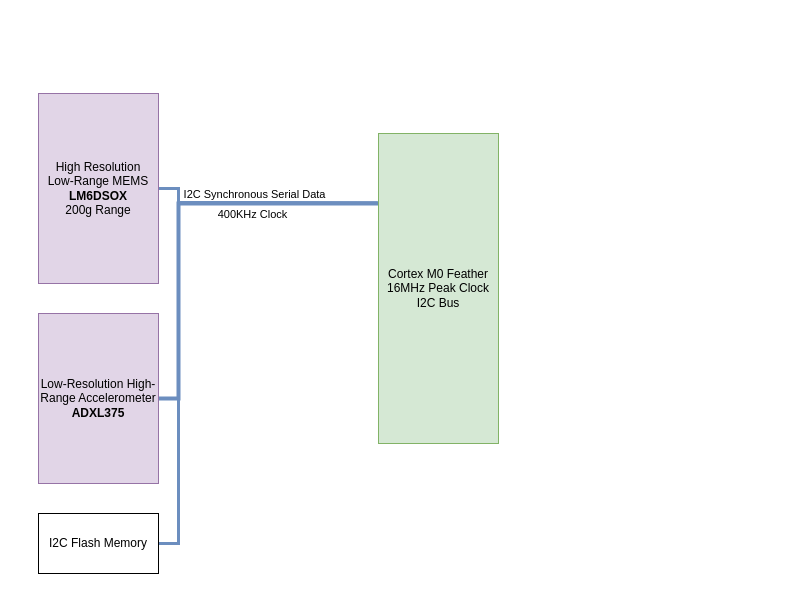
Above: functionalblockdiagram-102722.drawio in ceugomez/wiigls (draw.io), before the change. Source tidied: cells renumbered, new cells numbered last; positions are measured from the earlier drawing's top-left corner, leaving out a move shared by most shapes. Both pictures are drawn from the tidied source at 100%, with x=0, y=0 at pixel (38, 93).
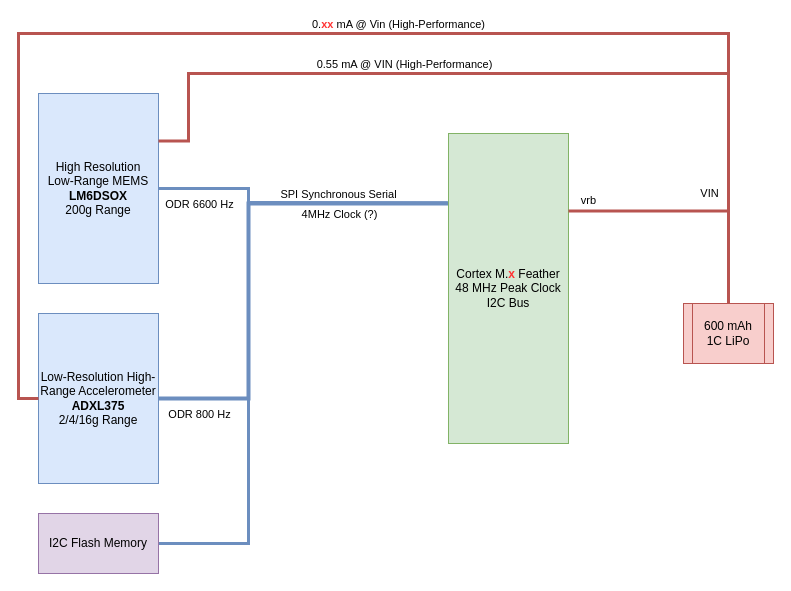
After the change.

The edit, as a diff of the source:
```diff
@@
     <mxCell id="2" style="edgeStyle=orthogonalEdgeStyle;rounded=0;jettySize=auto;html=1;exitX=1;exitY=0.5;exitDx=0;exitDy=0;entryX=0.083;entryY=0.226;entryDx=0;entryDy=0;entryPerimeter=0;fillColor=#dae8fc;strokeColor=#6c8ebf;strokeWidth=3;endArrow=none;endFill=0;" parent="1" edge="1" source="3" target="8">
       <mxGeometry relative="1" as="geometry">
         <Array as="points">
-          <mxPoint x="140" y="95" />
-          <mxPoint x="140" y="110" />
+          <mxPoint x="210" y="95" />
+          <mxPoint x="210" y="110" />
         </Array>
       </mxGeometry>
     </mxCell>
+    <mxCell id="11" value="ODR 6600 Hz" style="edgeLabel;html=1;align=center;verticalAlign=middle;" parent="2" vertex="1">
+      <mxGeometry x="-0.78" y="2" relative="1" as="geometry">
+        <mxPoint x="5" y="17" as="offset" />
+      </mxGeometry>
+    </mxCell>
-    <mxCell id="3" value="High Resolution&lt;br&gt;Low-Range MEMS&lt;br&gt;&lt;b&gt;LM6DSOX&lt;/b&gt;&lt;br&gt;200g Range&lt;br&gt;" style="rounded=0;whiteSpace=wrap;html=1;fillColor=#e1d5e7;strokeColor=#9673a6;" parent="1" vertex="1">
+    <mxCell id="3" value="High Resolution&lt;br&gt;Low-Range MEMS&lt;br&gt;&lt;b&gt;LM6DSOX&lt;/b&gt;&lt;br&gt;200g Range&lt;br&gt;" style="rounded=0;whiteSpace=wrap;html=1;fillColor=#dae8fc;strokeColor=#6c8ebf;" parent="1" vertex="1">
       <mxGeometry width="120" height="190" as="geometry" />
     </mxCell>
     <mxCell id="4" style="edgeStyle=orthogonalEdgeStyle;rounded=0;jettySize=auto;html=1;exitX=1;exitY=0.5;exitDx=0;exitDy=0;fillColor=#dae8fc;strokeColor=#6c8ebf;strokeWidth=4;endArrow=none;endFill=0;" parent="1" edge="1" source="7">
       <mxGeometry relative="1" as="geometry">
-        <mxPoint x="340" y="110" as="targetPoint" />
+        <mxPoint x="410" y="110" as="targetPoint" />
         <Array as="points">
-          <mxPoint x="140" y="305" />
-          <mxPoint x="140" y="110" />
+          <mxPoint x="210" y="305" />
+          <mxPoint x="210" y="110" />
         </Array>
       </mxGeometry>
     </mxCell>
-    <mxCell id="5" value="I2C Synchronous Serial Data" style="edgeLabel;html=1;align=center;verticalAlign=middle;" parent="4" vertex="1">
+    <mxCell id="5" value="SPI Synchronous Serial" style="edgeLabel;html=1;align=center;verticalAlign=middle;" parent="4" vertex="1">
       <mxGeometry x="0.32" y="3" relative="1" as="geometry">
-        <mxPoint x="16" y="-7" as="offset" />
+        <mxPoint x="54" y="-7" as="offset" />
       </mxGeometry>
     </mxCell>
-    <mxCell id="6" value="400KHz Clock" style="edgeLabel;html=1;align=center;verticalAlign=middle;" parent="4" vertex="1">
+    <mxCell id="6" value="4MHz Clock (?)" style="edgeLabel;html=1;align=center;verticalAlign=middle;" parent="4" vertex="1">
       <mxGeometry x="0.39" y="1" relative="1" as="geometry">
-        <mxPoint y="11" as="offset" />
+        <mxPoint x="38" y="11" as="offset" />
       </mxGeometry>
     </mxCell>
-    <mxCell id="7" value="Low-Resolution High-Range Accelerometer&lt;br&gt;&lt;b&gt;ADXL375&lt;/b&gt;" style="rounded=0;whiteSpace=wrap;html=1;fillColor=#e1d5e7;strokeColor=#9673a6;" parent="1" vertex="1">
+    <mxCell id="7" value="Low-Resolution High-Range Accelerometer&lt;br&gt;&lt;b&gt;ADXL375&lt;/b&gt;&lt;br&gt;2/4/16g Range" style="rounded=0;whiteSpace=wrap;html=1;fillColor=#dae8fc;strokeColor=#6c8ebf;" parent="1" vertex="1">
       <mxGeometry y="220" width="120" height="170" as="geometry" />
     </mxCell>
-    <mxCell id="8" value="Cortex M0 Feather&lt;br&gt;16MHz Peak Clock&lt;br&gt;I2C Bus&lt;br&gt;" style="rounded=0;whiteSpace=wrap;html=1;fillColor=#d5e8d4;strokeColor=#82b366;" parent="1" vertex="1">
-      <mxGeometry x="340" y="40" width="120" height="310" as="geometry" />
+    <mxCell id="8" value="Cortex M.&lt;font color=&quot;#ff3333&quot;&gt;&lt;b&gt;x&lt;/b&gt;&lt;/font&gt; Feather&lt;br&gt;48 MHz Peak Clock&lt;br&gt;I2C Bus" style="rounded=0;whiteSpace=wrap;html=1;fillColor=#d5e8d4;strokeColor=#82b366;" parent="1" vertex="1">
+      <mxGeometry x="410" y="40" width="120" height="310" as="geometry" />
     </mxCell>
     <mxCell id="9" style="edgeStyle=orthogonalEdgeStyle;rounded=0;jettySize=auto;html=1;entryX=-0.006;entryY=0.223;entryDx=0;entryDy=0;entryPerimeter=0;fillColor=#dae8fc;strokeColor=#6c8ebf;strokeWidth=3;endArrow=none;endFill=0;" parent="1" edge="1" source="10" target="8">
       <mxGeometry relative="1" as="geometry">
         <Array as="points">
-          <mxPoint x="140" y="450" />
-          <mxPoint x="140" y="109" />
+          <mxPoint x="210" y="450" />
+          <mxPoint x="210" y="109" />
         </Array>
       </mxGeometry>
     </mxCell>
-    <mxCell id="10" value="I2C Flash Memory" style="rounded=0;whiteSpace=wrap;html=1;" parent="1" vertex="1">
+    <mxCell id="10" value="I2C Flash Memory" style="rounded=0;whiteSpace=wrap;html=1;fillColor=#e1d5e7;strokeColor=#9673a6;" parent="1" vertex="1">
       <mxGeometry y="420" width="120" height="60" as="geometry" />
     </mxCell>
+    <mxCell id="12" value="ODR 800 Hz" style="edgeLabel;html=1;align=center;verticalAlign=middle;" parent="1" vertex="1">
+      <mxGeometry x="160" y="320" as="geometry" />
+    </mxCell>
+    <mxCell id="13" value="VIN" style="edgeStyle=orthogonalEdgeStyle;rounded=0;jettySize=auto;html=1;exitX=0.5;exitY=0;exitDx=0;exitDy=0;entryX=1;entryY=0.25;entryDx=0;entryDy=0;strokeWidth=3;endArrow=none;endFill=0;fillColor=#f8cecc;strokeColor=#b85450;" parent="1" edge="1" source="17" target="8">
+      <mxGeometry x="-0.11" y="-18" relative="1" as="geometry" />
+    </mxCell>
+    <mxCell id="14" value="vrb" style="edgeLabel;html=1;align=center;verticalAlign=middle;" parent="13" vertex="1">
+      <mxGeometry x="0.59" y="-3" relative="1" as="geometry">
+        <mxPoint x="-32" y="-8" as="offset" />
+      </mxGeometry>
+    </mxCell>
+    <mxCell id="15" style="edgeStyle=orthogonalEdgeStyle;rounded=0;jettySize=auto;html=1;entryX=0;entryY=0.5;entryDx=0;entryDy=0;strokeWidth=3;endArrow=none;endFill=0;fillColor=#f8cecc;strokeColor=#b85450;" parent="1" edge="1" source="17" target="7">
+      <mxGeometry relative="1" as="geometry">
+        <Array as="points">
+          <mxPoint x="690" y="-60" />
+          <mxPoint x="-20" y="-60" />
+          <mxPoint x="-20" y="305" />
+        </Array>
+      </mxGeometry>
+    </mxCell>
+    <mxCell id="16" value="0.&lt;font color=&quot;#ff3333&quot;&gt;&lt;b&gt;xx &lt;/b&gt;&lt;/font&gt;mA @ Vin (High-Performance)" style="edgeLabel;html=1;align=center;verticalAlign=middle;" parent="15" vertex="1">
+      <mxGeometry x="0.01" relative="1" as="geometry">
+        <mxPoint x="88" y="-10" as="offset" />
+      </mxGeometry>
+    </mxCell>
+    <mxCell id="17" value="600 mAh&lt;br&gt;1C LiPo" style="shape=process;whiteSpace=wrap;html=1;backgroundOutline=1;fillColor=#f8cecc;strokeColor=#b85450;" parent="1" vertex="1">
+      <mxGeometry x="645" y="210" width="90" height="60" as="geometry" />
+    </mxCell>
+    <mxCell id="18" style="edgeStyle=orthogonalEdgeStyle;rounded=0;jettySize=auto;html=1;entryX=1;entryY=0.25;entryDx=0;entryDy=0;strokeWidth=3;endArrow=none;endFill=0;fillColor=#f8cecc;strokeColor=#b85450;" parent="1" edge="1" target="3">
+      <mxGeometry relative="1" as="geometry">
+        <mxPoint x="690" y="200" as="sourcePoint" />
+        <Array as="points">
+          <mxPoint x="690" y="-20" />
+          <mxPoint x="150" y="-20" />
+          <mxPoint x="150" y="48" />
+          <mxPoint x="120" y="48" />
+        </Array>
+      </mxGeometry>
+    </mxCell>
+    <mxCell id="19" value="0.55 mA @ VIN (High-Performance)" style="edgeLabel;html=1;align=center;verticalAlign=middle;" parent="18" vertex="1">
+      <mxGeometry x="0.27" y="-1" relative="1" as="geometry">
+        <mxPoint y="-9" as="offset" />
+      </mxGeometry>
+    </mxCell>
```
